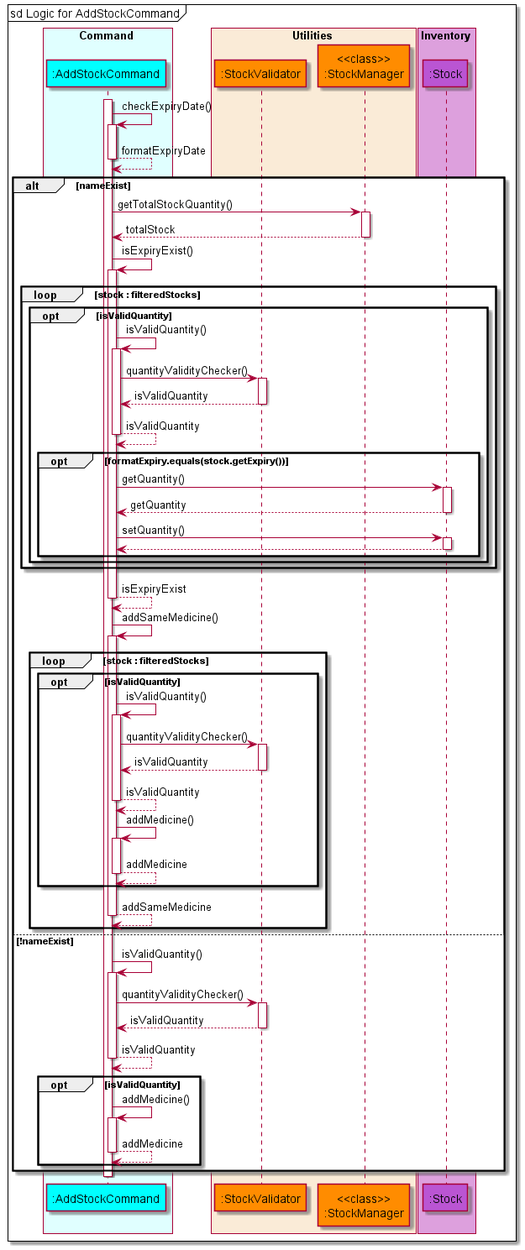
nus-cs2113-AY2122S1/tp keeps this PlantUML diagram as docs/diagrams/diagram_images/AddStockSequenceDiagram.png. Above is the earlier version.
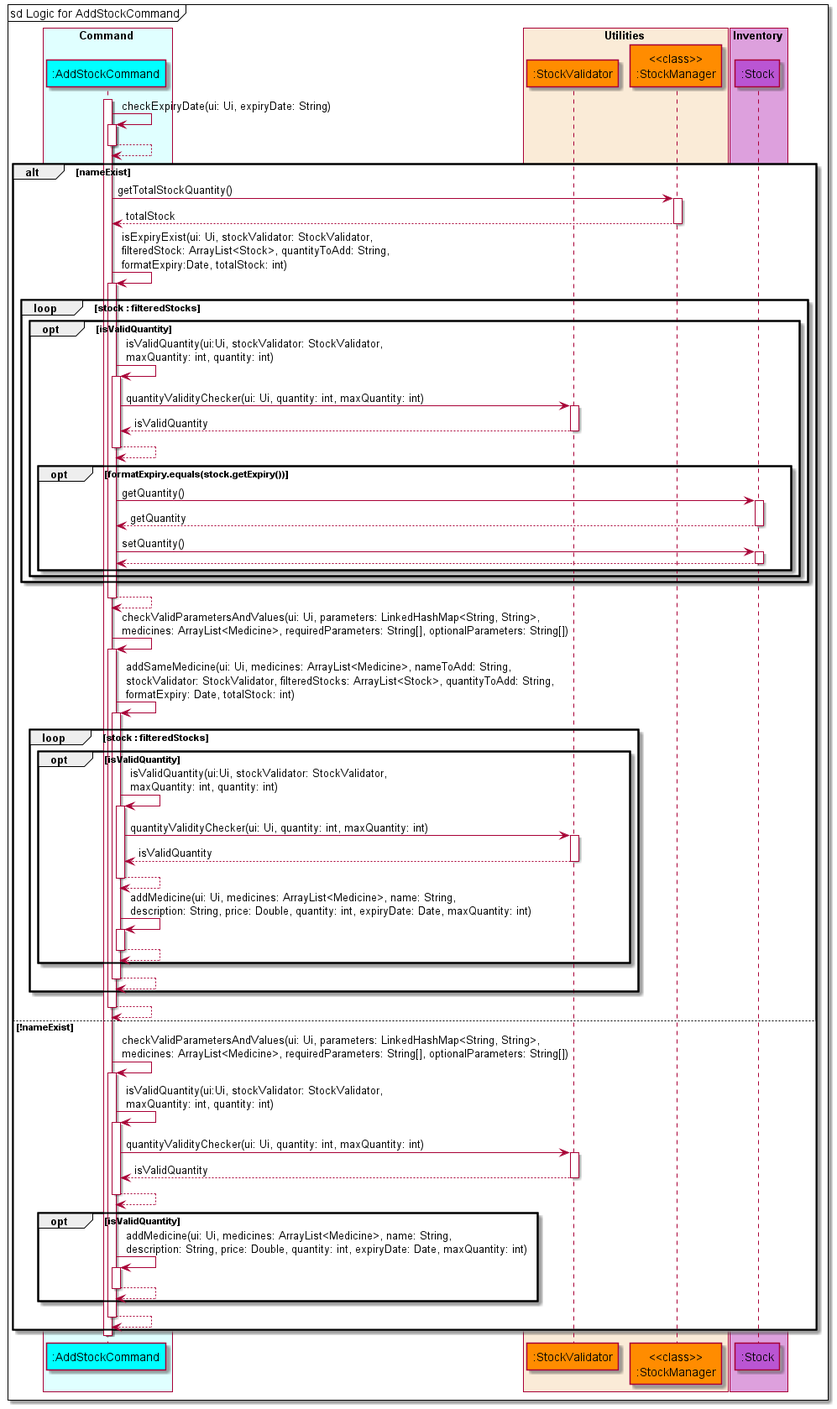
After the commit.

The edit, as a diff of the source:
```diff
@@ -18,18 +18,18 @@
 autoactivate on
 mainFrame sd Logic for AddStockCommand
 activate addstock
-addstock -> addstock : checkExpiryDate()
-addstock --> addstock : formatExpiryDate
+addstock -> addstock : checkExpiryDate(ui: Ui, expiryDate: String)
+addstock --> addstock :
 alt nameExist
     addstock -> stockmanager: getTotalStockQuantity()
     addstock <-- stockmanager: totalStock
-    addstock -> addstock : isExpiryExist()
+    addstock -> addstock : isExpiryExist(ui: Ui, stockValidator: StockValidator, \nfilteredStock: ArrayList<Stock>, quantityToAdd: String, \nformatExpiry:Date, totalStock: int)
     loop stock : filteredStocks
         opt isValidQuantity
-            addstock -> addstock : isValidQuantity()
-            addstock -> stockvalidator : quantityValidityChecker()
+            addstock -> addstock : isValidQuantity(ui:Ui, stockValidator: StockValidator, \nmaxQuantity: int, quantity: int)
+            addstock -> stockvalidator : quantityValidityChecker(ui: Ui, quantity: int, maxQuantity: int)
             addstock <-- stockvalidator : isValidQuantity
-            addstock --> addstock : isValidQuantity
+            addstock --> addstock :
             opt formatExpiry.equals(stock.getExpiry())
                 addstock -> stock : getQuantity()
                 addstock <-- stock : getQuantity
@@ -38,29 +38,33 @@
             end
         end
     end
-    addstock --> addstock : isExpiryExist
-    addstock -> addstock : addSameMedicine()
+    addstock --> addstock :
+    addstock -> addstock : checkValidParametersAndValues(ui: Ui, parameters: LinkedHashMap<String, String>, \nmedicines: ArrayList<Medicine>, requiredParameters: String[], optionalParameters: String[])
+    addstock -> addstock : addSameMedicine(ui: Ui, medicines: ArrayList<Medicine>, nameToAdd: String, \nstockValidator: StockValidator, filteredStocks: ArrayList<Stock>, quantityToAdd: String, \nformatExpiry: Date, totalStock: int)
     loop stock : filteredStocks
         opt isValidQuantity
-        addstock -> addstock : isValidQuantity()
-        addstock -> stockvalidator : quantityValidityChecker()
+        addstock -> addstock : isValidQuantity(ui:Ui, stockValidator: StockValidator, \nmaxQuantity: int, quantity: int)
+        addstock -> stockvalidator : quantityValidityChecker(ui: Ui, quantity: int, maxQuantity: int)
         addstock <-- stockvalidator : isValidQuantity
-        addstock --> addstock : isValidQuantity
-        addstock -> addstock : addMedicine()
-        addstock --> addstock : addMedicine
+        addstock --> addstock :
+        addstock -> addstock : addMedicine(ui: Ui, medicines: ArrayList<Medicine>, name: String, \ndescription: String, price: Double, quantity: int, expiryDate: Date, maxQuantity: int)
+        addstock --> addstock :
         end
-        addstock --> addstock : addSameMedicine
+        addstock --> addstock :
     end
+    addstock --> addstock :
 
 else !nameExist
-    addstock -> addstock : isValidQuantity()
-    addstock -> stockvalidator : quantityValidityChecker()
+    addstock -> addstock : checkValidParametersAndValues(ui: Ui, parameters: LinkedHashMap<String, String>, \nmedicines: ArrayList<Medicine>, requiredParameters: String[], optionalParameters: String[])
+    addstock -> addstock : isValidQuantity(ui:Ui, stockValidator: StockValidator, \nmaxQuantity: int, quantity: int)
+    addstock -> stockvalidator : quantityValidityChecker(ui: Ui, quantity: int, maxQuantity: int)
     addstock <-- stockvalidator : isValidQuantity
-    addstock --> addstock : isValidQuantity
+    addstock --> addstock :
     opt isValidQuantity
-        addstock -> addstock : addMedicine()
-        addstock --> addstock : addMedicine
+        addstock -> addstock : addMedicine(ui: Ui, medicines: ArrayList<Medicine>, name: String, \ndescription: String, price: Double, quantity: int, expiryDate: Date, maxQuantity: int)
+        addstock --> addstock :
     end
+    addstock --> addstock :
 end
 
 
```
